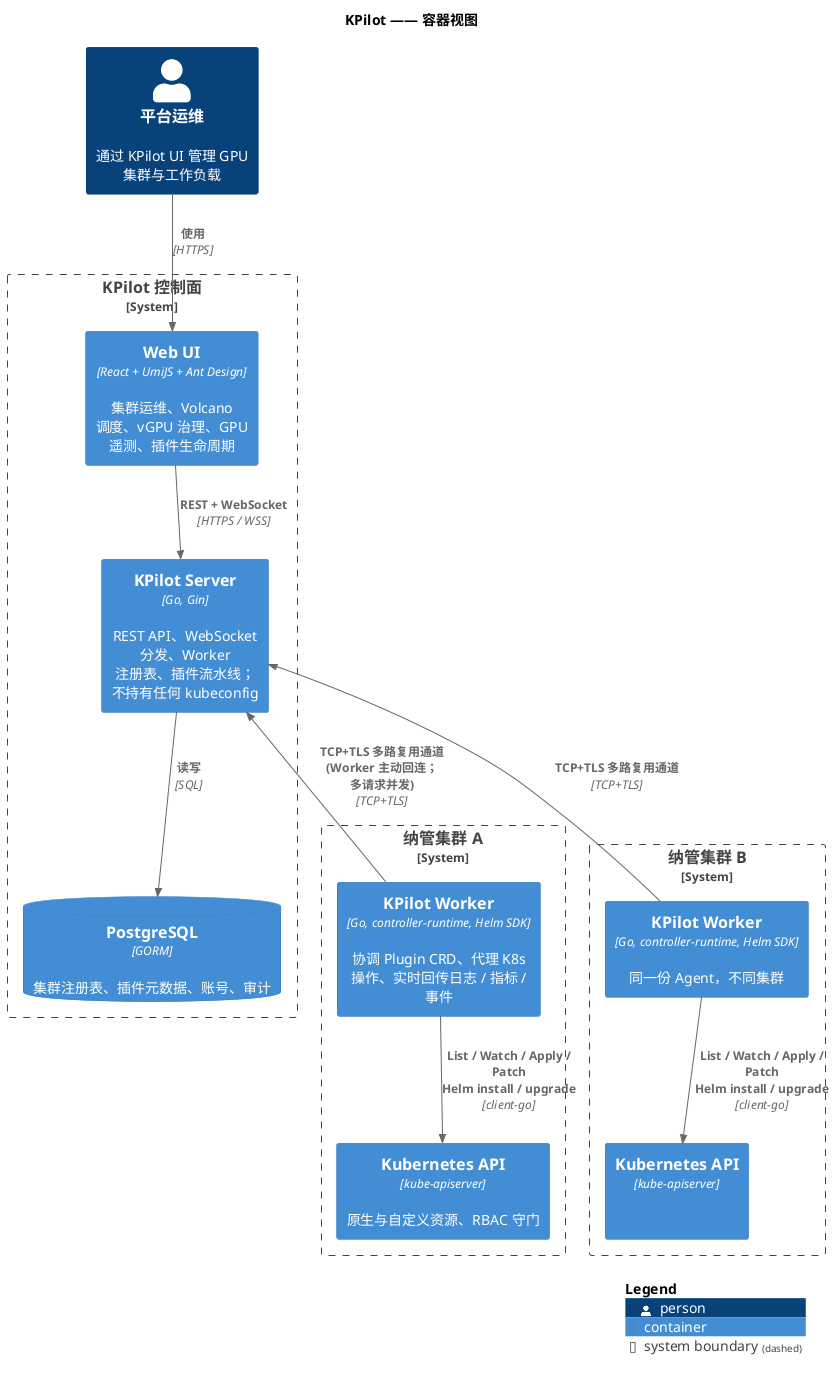
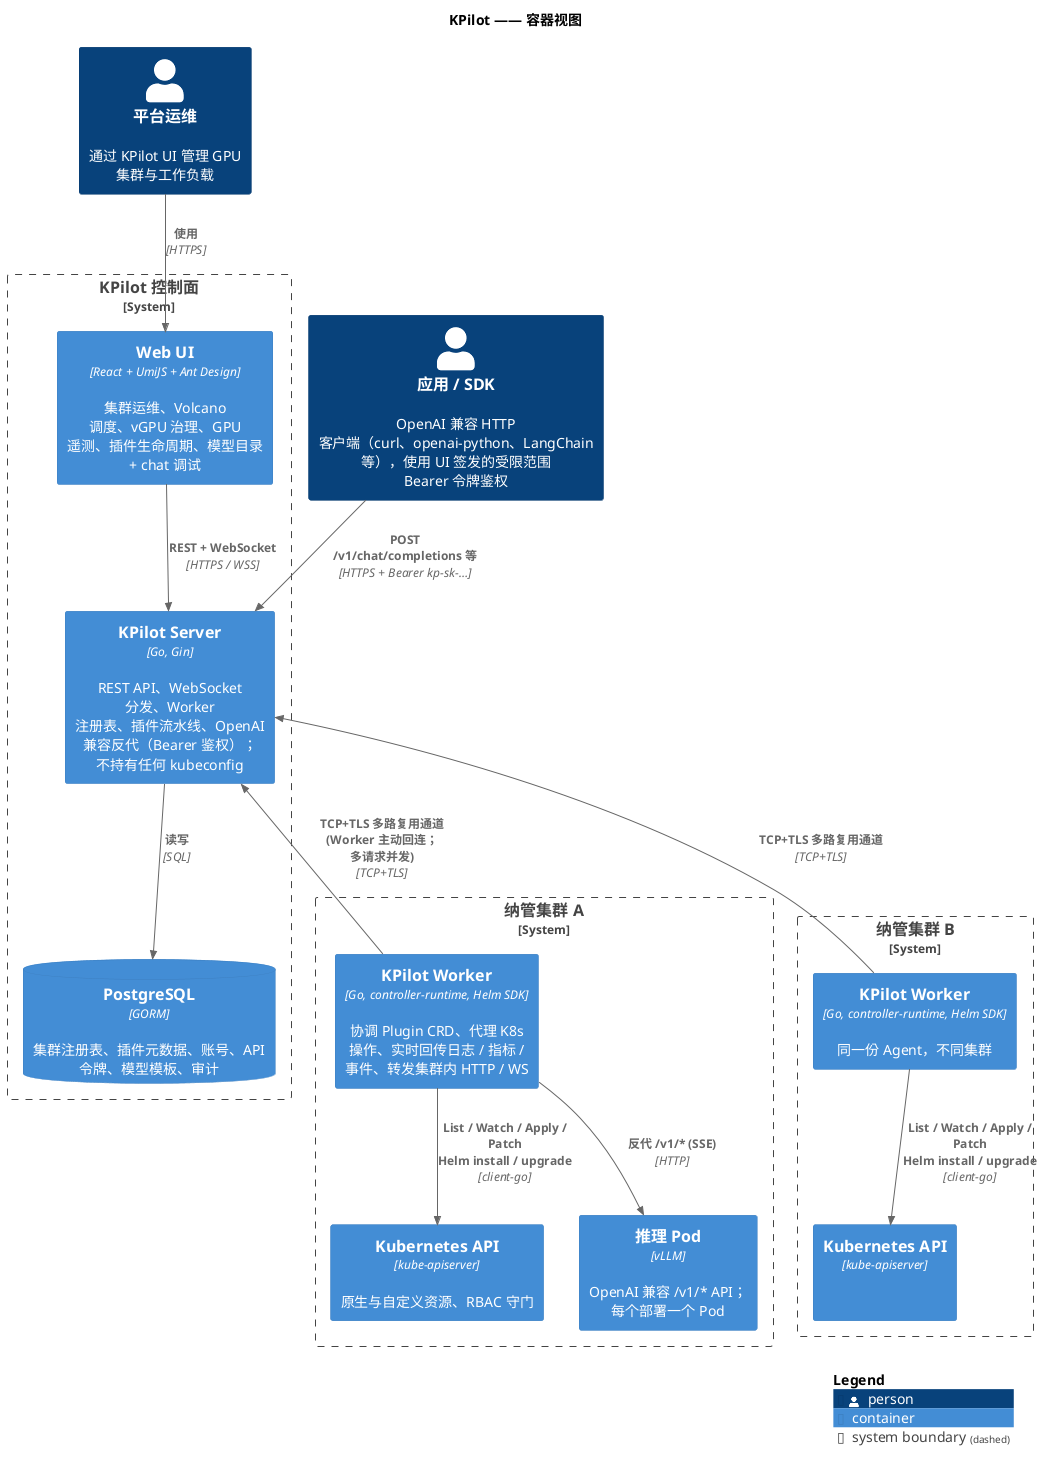
@startuml
!include <C4/C4_Container>

LAYOUT_WITH_LEGEND()
title KPilot —— 容器视图

Person(operator, "平台运维", "通过 KPilot UI 管理 GPU 集群与工作负载")
+ Person(app, "应用 / SDK", "OpenAI 兼容 HTTP 客户端（curl、openai-python、LangChain 等），使用 UI 签发的受限范围 Bearer 令牌鉴权")

System_Boundary(kpilot, "KPilot 控制面") {
-     Container(ui, "Web UI", "React + UmiJS + Ant Design", "集群运维、Volcano 调度、vGPU 治理、GPU 遥测、插件生命周期")
-     Container(server, "KPilot Server", "Go, Gin", "REST API、WebSocket 分发、Worker 注册表、插件流水线；不持有任何 kubeconfig")
-     ContainerDb(db, "PostgreSQL", "GORM", "集群注册表、插件元数据、账号、审计")
+     Container(ui, "Web UI", "React + UmiJS + Ant Design", "集群运维、Volcano 调度、vGPU 治理、GPU 遥测、插件生命周期、模型目录 + chat 调试")
+     Container(server, "KPilot Server", "Go, Gin", "REST API、WebSocket 分发、Worker 注册表、插件流水线、OpenAI 兼容反代（Bearer 鉴权）；不持有任何 kubeconfig")
+     ContainerDb(db, "PostgreSQL", "GORM", "集群注册表、插件元数据、账号、API 令牌、模型模板、审计")
}

System_Boundary(cluster_a, "纳管集群 A") {
-     Container(worker_a, "KPilot Worker", "Go, controller-runtime, Helm SDK", "协调 Plugin CRD、代理 K8s 操作、实时回传日志 / 指标 / 事件")
+     Container(worker_a, "KPilot Worker", "Go, controller-runtime, Helm SDK", "协调 Plugin CRD、代理 K8s 操作、实时回传日志 / 指标 / 事件、转发集群内 HTTP / WS")
    Container(k8s_a, "Kubernetes API", "kube-apiserver", "原生与自定义资源、RBAC 守门")
+     Container(vllm_a, "推理 Pod", "vLLM", "OpenAI 兼容 /v1/* API；每个部署一个 Pod")
}

System_Boundary(cluster_b, "纳管集群 B") {
    Container(worker_b, "KPilot Worker", "Go, controller-runtime, Helm SDK", "同一份 Agent，不同集群")
    Container(k8s_b, "Kubernetes API", "kube-apiserver", " ")
}

Rel(operator, ui, "使用", "HTTPS")
+ Rel(app, server, "POST /v1/chat/completions 等", "HTTPS + Bearer kp-sk-…")
Rel(ui, server, "REST + WebSocket", "HTTPS / WSS")
Rel(server, db, "读写", "SQL")

Rel_U(worker_a, server, "TCP+TLS 多路复用通道\n(Worker 主动回连；多请求并发)", "TCP+TLS")
Rel_U(worker_b, server, "TCP+TLS 多路复用通道", "TCP+TLS")

Rel(worker_a, k8s_a, "List / Watch / Apply / Patch\nHelm install / upgrade", "client-go")
Rel(worker_b, k8s_b, "List / Watch / Apply / Patch\nHelm install / upgrade", "client-go")
+ Rel(worker_a, vllm_a, "反代 /v1/* (SSE)", "HTTP")

SHOW_LEGEND()
@enduml
